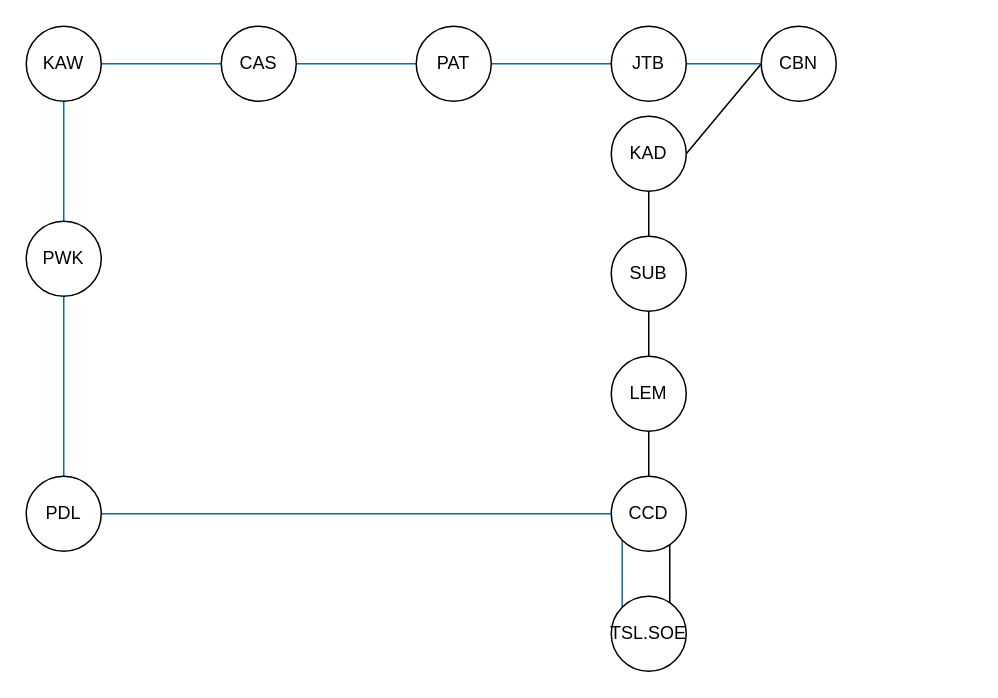
Earlier version of the draw.io diagram page "Halaman-2" (2 of 6) of Diagram Tanpa Judul.drawio (rhilmy/test). Source tidied: cells renumbered, new cells numbered last; positions are measured from the earlier drawing's top-left corner, leaving out a move shared by most shapes. Both pictures are drawn from the tidied source at 150%, with x=0, y=0 at pixel (26, 26).
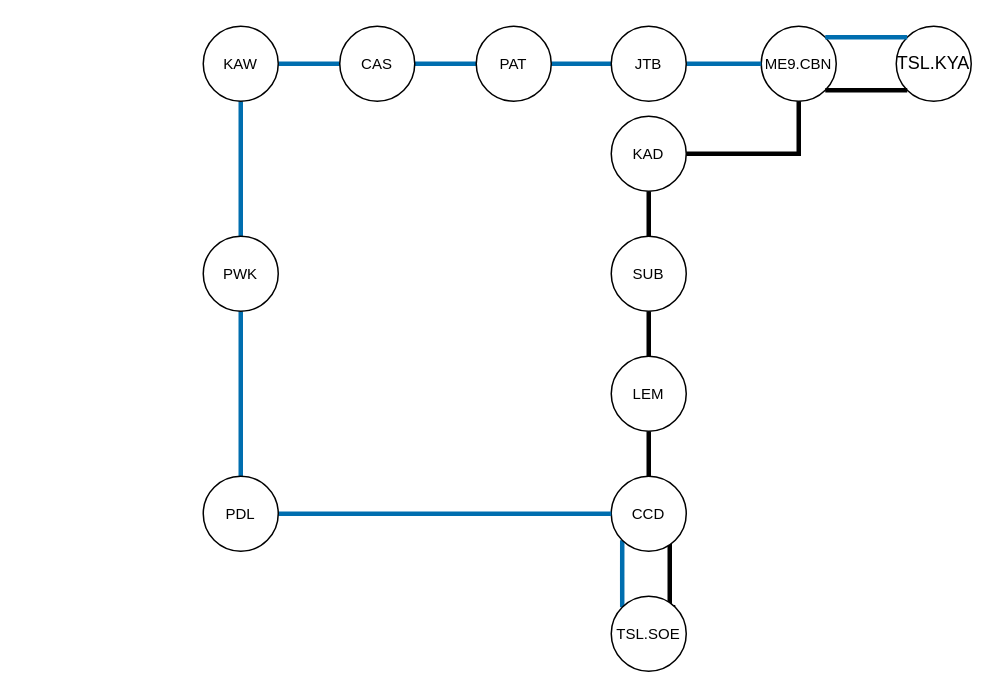
Above is the later version.

What changed in the source:
```diff
@@
-    <mxCell id="2" value="CBN" style="ellipse;whiteSpace=wrap;html=1;shapeInside=1;" parent="1" vertex="1">
+    <mxCell id="2" value="&lt;div&gt;ME9.CBN&lt;/div&gt;" style="ellipse;whiteSpace=wrap;html=1;shapeInside=1;fontSize=10;" parent="1" vertex="1">
       <mxGeometry x="490" width="50" height="50" as="geometry" />
     </mxCell>
-    <mxCell id="3" style="edgeStyle=orthogonalEdgeStyle;rounded=0;jettySize=auto;html=1;endArrow=none;endFill=0;" parent="1" edge="1" source="4" target="7">
+    <mxCell id="3" style="edgeStyle=orthogonalEdgeStyle;rounded=0;jettySize=auto;html=1;endArrow=none;endFill=0;fontSize=10;strokeWidth=3;strokeColor=light-dark(#000000,#33FF33);" parent="1" edge="1" source="4" target="7">
       <mxGeometry relative="1" as="geometry" />
     </mxCell>
-    <mxCell id="4" value="KAD" style="ellipse;whiteSpace=wrap;html=1;shapeInside=1;" parent="1" vertex="1">
+    <mxCell id="4" value="KAD" style="ellipse;whiteSpace=wrap;html=1;shapeInside=1;fontSize=10;" parent="1" vertex="1">
       <mxGeometry x="390" y="60" width="50" height="50" as="geometry" />
     </mxCell>
-    <mxCell id="5" style="endArrow=none;html=1;rounded=0;exitX=0;exitY=0.5;exitDx=0;exitDy=0;entryX=1;entryY=0.5;entryDx=0;entryDy=0;" parent="1" edge="1" source="2" target="4">
+    <mxCell id="5" style="endArrow=none;html=1;rounded=0;exitX=0.5;exitY=1;exitDx=0;exitDy=0;entryX=1;entryY=0.5;entryDx=0;entryDy=0;edgeStyle=orthogonalEdgeStyle;fontSize=10;strokeWidth=3;strokeColor=light-dark(#000000,#33FF33);" parent="1" edge="1" source="2" target="4">
       <mxGeometry relative="1" as="geometry" />
     </mxCell>
-    <mxCell id="6" style="edgeStyle=orthogonalEdgeStyle;rounded=0;jettySize=auto;html=1;endArrow=none;endFill=0;" parent="1" edge="1" source="7" target="9">
+    <mxCell id="6" style="edgeStyle=orthogonalEdgeStyle;rounded=0;jettySize=auto;html=1;endArrow=none;endFill=0;fontSize=10;strokeWidth=3;strokeColor=light-dark(#000000,#33FF33);" parent="1" edge="1" source="7" target="9">
       <mxGeometry relative="1" as="geometry" />
     </mxCell>
-    <mxCell id="7" value="SUB" style="ellipse;whiteSpace=wrap;html=1;shapeInside=1;" parent="1" vertex="1">
+    <mxCell id="7" value="SUB" style="ellipse;whiteSpace=wrap;html=1;shapeInside=1;fontSize=10;" parent="1" vertex="1">
       <mxGeometry x="390" y="140" width="50" height="50" as="geometry" />
     </mxCell>
-    <mxCell id="8" style="edgeStyle=orthogonalEdgeStyle;rounded=0;jettySize=auto;html=1;endArrow=none;endFill=0;" parent="1" edge="1" source="9" target="12">
+    <mxCell id="8" style="edgeStyle=orthogonalEdgeStyle;rounded=0;jettySize=auto;html=1;endArrow=none;endFill=0;fontSize=10;strokeWidth=3;strokeColor=light-dark(#000000,#33FF33);" parent="1" edge="1" source="9" target="12">
       <mxGeometry relative="1" as="geometry" />
     </mxCell>
-    <mxCell id="9" value="LEM" style="ellipse;whiteSpace=wrap;html=1;shapeInside=1;" parent="1" vertex="1">
+    <mxCell id="9" value="LEM" style="ellipse;whiteSpace=wrap;html=1;shapeInside=1;fontSize=10;" parent="1" vertex="1">
       <mxGeometry x="390" y="220" width="50" height="50" as="geometry" />
     </mxCell>
-    <mxCell id="10" style="edgeStyle=orthogonalEdgeStyle;rounded=0;jettySize=auto;html=1;endArrow=none;endFill=0;entryX=1;entryY=0;entryDx=0;entryDy=0;" parent="1" edge="1" target="13">
+    <mxCell id="10" style="edgeStyle=orthogonalEdgeStyle;rounded=0;jettySize=auto;html=1;endArrow=none;endFill=0;entryX=1;entryY=0;entryDx=0;entryDy=0;fontSize=10;strokeWidth=3;strokeColor=light-dark(#000000,#33FF33);" parent="1" edge="1" target="13">
       <mxGeometry x="-0.22" relative="1" as="geometry">
         <mxPoint x="429" y="340" as="sourcePoint" />
         <Array as="points">
           <mxPoint x="429" y="387.3" />
         </Array>
       </mxGeometry>
     </mxCell>
-    <mxCell id="11" style="edgeStyle=orthogonalEdgeStyle;rounded=0;jettySize=auto;html=1;exitX=0;exitY=1;exitDx=0;exitDy=0;entryX=0;entryY=0;entryDx=0;entryDy=0;fillColor=#1ba1e2;strokeColor=#006EAF;endArrow=none;endFill=0;" parent="1" edge="1" source="12" target="13">
+    <mxCell id="11" style="edgeStyle=orthogonalEdgeStyle;rounded=0;jettySize=auto;html=1;exitX=0;exitY=1;exitDx=0;exitDy=0;entryX=0;entryY=0;entryDx=0;entryDy=0;fillColor=#1ba1e2;strokeColor=#006EAF;endArrow=none;endFill=0;fontSize=10;strokeWidth=3;" parent="1" edge="1" source="12" target="13">
       <mxGeometry relative="1" as="geometry" />
     </mxCell>
-    <mxCell id="12" value="CCD" style="ellipse;whiteSpace=wrap;html=1;shapeInside=1;" parent="1" vertex="1">
+    <mxCell id="12" value="CCD" style="ellipse;whiteSpace=wrap;html=1;shapeInside=1;fontSize=10;" parent="1" vertex="1">
       <mxGeometry x="390" y="300" width="50" height="50" as="geometry" />
     </mxCell>
-    <mxCell id="13" value="TSL.SOE" style="ellipse;whiteSpace=wrap;html=1;shapeInside=1;" parent="1" vertex="1">
+    <mxCell id="13" value="TSL.SOE" style="ellipse;whiteSpace=wrap;html=1;shapeInside=1;fontSize=10;" parent="1" vertex="1">
       <mxGeometry x="390" y="380" width="50" height="50" as="geometry" />
     </mxCell>
-    <mxCell id="14" style="edgeStyle=orthogonalEdgeStyle;rounded=0;jettySize=auto;html=1;endArrow=none;endFill=0;fillColor=#1ba1e2;strokeColor=#006EAF;" parent="1" edge="1" source="16" target="2">
+    <mxCell id="14" style="edgeStyle=orthogonalEdgeStyle;rounded=0;jettySize=auto;html=1;endArrow=none;endFill=0;fillColor=#1ba1e2;strokeColor=#006EAF;fontSize=10;strokeWidth=3;" parent="1" edge="1" source="16" target="2">
       <mxGeometry relative="1" as="geometry" />
     </mxCell>
-    <mxCell id="15" style="edgeStyle=orthogonalEdgeStyle;rounded=0;jettySize=auto;html=1;endArrow=none;endFill=0;fillColor=#1ba1e2;strokeColor=#006EAF;" parent="1" edge="1" source="16" target="18">
+    <mxCell id="15" style="edgeStyle=orthogonalEdgeStyle;rounded=0;jettySize=auto;html=1;endArrow=none;endFill=0;fillColor=#1ba1e2;strokeColor=#006EAF;fontSize=10;strokeWidth=3;" parent="1" edge="1" source="16" target="18">
       <mxGeometry relative="1" as="geometry" />
     </mxCell>
-    <mxCell id="16" value="JTB" style="ellipse;whiteSpace=wrap;html=1;shapeInside=1;" parent="1" vertex="1">
+    <mxCell id="16" value="JTB" style="ellipse;whiteSpace=wrap;html=1;shapeInside=1;fontSize=10;" parent="1" vertex="1">
       <mxGeometry x="390" width="50" height="50" as="geometry" />
     </mxCell>
-    <mxCell id="17" style="edgeStyle=orthogonalEdgeStyle;rounded=0;jettySize=auto;html=1;endArrow=none;endFill=0;fillColor=#1ba1e2;strokeColor=#006EAF;" parent="1" edge="1" source="18" target="20">
+    <mxCell id="17" style="edgeStyle=orthogonalEdgeStyle;rounded=0;jettySize=auto;html=1;endArrow=none;endFill=0;fillColor=#1ba1e2;strokeColor=#006EAF;fontSize=10;strokeWidth=3;" parent="1" edge="1" source="18" target="20">
       <mxGeometry relative="1" as="geometry" />
     </mxCell>
-    <mxCell id="18" value="PAT" style="ellipse;whiteSpace=wrap;html=1;shapeInside=1;" parent="1" vertex="1">
-      <mxGeometry x="260" width="50" height="50" as="geometry" />
+    <mxCell id="18" value="PAT" style="ellipse;whiteSpace=wrap;html=1;shapeInside=1;fontSize=10;" parent="1" vertex="1">
+      <mxGeometry x="300" width="50" height="50" as="geometry" />
     </mxCell>
-    <mxCell id="19" style="edgeStyle=orthogonalEdgeStyle;rounded=0;jettySize=auto;html=1;endArrow=none;endFill=0;fillColor=#1ba1e2;strokeColor=#006EAF;" parent="1" edge="1" source="20" target="22">
+    <mxCell id="19" style="edgeStyle=orthogonalEdgeStyle;rounded=0;jettySize=auto;html=1;endArrow=none;endFill=0;fillColor=#1ba1e2;strokeColor=#006EAF;fontSize=10;strokeWidth=3;" parent="1" edge="1" source="20" target="22">
       <mxGeometry relative="1" as="geometry" />
     </mxCell>
-    <mxCell id="20" value="CAS" style="ellipse;whiteSpace=wrap;html=1;shapeInside=1;" parent="1" vertex="1">
-      <mxGeometry x="130" width="50" height="50" as="geometry" />
+    <mxCell id="20" value="CAS" style="ellipse;whiteSpace=wrap;html=1;shapeInside=1;fontSize=10;" parent="1" vertex="1">
+      <mxGeometry x="209" width="50" height="50" as="geometry" />
     </mxCell>
-    <mxCell id="21" style="edgeStyle=orthogonalEdgeStyle;rounded=0;jettySize=auto;html=1;endArrow=none;endFill=0;fillColor=#1ba1e2;strokeColor=#006EAF;" parent="1" edge="1" source="22" target="24">
+    <mxCell id="21" style="edgeStyle=orthogonalEdgeStyle;rounded=0;jettySize=auto;html=1;endArrow=none;endFill=0;fillColor=#1ba1e2;strokeColor=#006EAF;fontSize=10;strokeWidth=3;" parent="1" edge="1" source="22" target="24">
       <mxGeometry relative="1" as="geometry" />
     </mxCell>
-    <mxCell id="22" value="KAW" style="ellipse;whiteSpace=wrap;html=1;shapeInside=1;" parent="1" vertex="1">
-      <mxGeometry width="50" height="50" as="geometry" />
+    <mxCell id="22" value="KAW" style="ellipse;whiteSpace=wrap;html=1;shapeInside=1;fontSize=10;" parent="1" vertex="1">
+      <mxGeometry x="118" width="50" height="50" as="geometry" />
     </mxCell>
-    <mxCell id="23" style="edgeStyle=orthogonalEdgeStyle;rounded=0;jettySize=auto;html=1;endArrow=none;endFill=0;fillColor=#1ba1e2;strokeColor=#006EAF;" parent="1" edge="1" source="24" target="26">
+    <mxCell id="23" style="edgeStyle=orthogonalEdgeStyle;rounded=0;jettySize=auto;html=1;endArrow=none;endFill=0;fillColor=#1ba1e2;strokeColor=#006EAF;fontSize=10;strokeWidth=3;" parent="1" edge="1" source="24" target="26">
       <mxGeometry relative="1" as="geometry" />
     </mxCell>
-    <mxCell id="24" value="PWK" style="ellipse;whiteSpace=wrap;html=1;shapeInside=1;" parent="1" vertex="1">
-      <mxGeometry y="130" width="50" height="50" as="geometry" />
+    <mxCell id="24" value="PWK" style="ellipse;whiteSpace=wrap;html=1;shapeInside=1;fontSize=10;" parent="1" vertex="1">
+      <mxGeometry x="118" y="140" width="50" height="50" as="geometry" />
     </mxCell>
-    <mxCell id="25" style="edgeStyle=orthogonalEdgeStyle;rounded=0;jettySize=auto;html=1;entryX=0;entryY=0.5;entryDx=0;entryDy=0;endArrow=none;endFill=0;fillColor=#1ba1e2;strokeColor=#006EAF;" parent="1" edge="1" source="26" target="12">
+    <mxCell id="25" style="edgeStyle=orthogonalEdgeStyle;rounded=0;jettySize=auto;html=1;entryX=0;entryY=0.5;entryDx=0;entryDy=0;endArrow=none;endFill=0;fillColor=#1ba1e2;strokeColor=#006EAF;fontSize=10;strokeWidth=3;" parent="1" edge="1" source="26" target="12">
       <mxGeometry relative="1" as="geometry" />
     </mxCell>
-    <mxCell id="26" value="PDL" style="ellipse;whiteSpace=wrap;html=1;shapeInside=1;" parent="1" vertex="1">
-      <mxGeometry y="300" width="50" height="50" as="geometry" />
+    <mxCell id="26" value="PDL" style="ellipse;whiteSpace=wrap;html=1;shapeInside=1;fontSize=10;" parent="1" vertex="1">
+      <mxGeometry x="118" y="300" width="50" height="50" as="geometry" />
     </mxCell>
+    <mxCell id="27" value="TSL.KYA" style="ellipse;whiteSpace=wrap;html=1;shapeInside=1;" parent="1" vertex="1">
+      <mxGeometry x="580" width="50" height="50" as="geometry" />
+    </mxCell>
+    <mxCell id="28" style="rounded=0;jettySize=auto;html=1;exitX=1;exitY=0;exitDx=0;exitDy=0;endArrow=none;endFill=0;fillColor=#1ba1e2;strokeColor=#006EAF;startSize=13;endSize=14;orthogonal=0;strokeWidth=3;entryX=0;entryY=0;entryDx=0;entryDy=0;" parent="1" edge="1" source="2" target="27">
+      <mxGeometry relative="1" as="geometry" />
+    </mxCell>
+    <mxCell id="29" style="rounded=0;jettySize=auto;html=1;exitX=1;exitY=1;exitDx=0;exitDy=0;entryX=0;entryY=1;entryDx=0;entryDy=0;endArrow=none;endFill=0;strokeWidth=3;strokeColor=light-dark(#000000,#00FF00);" parent="1" edge="1" source="2" target="27">
+      <mxGeometry relative="1" as="geometry" />
+    </mxCell>
```
